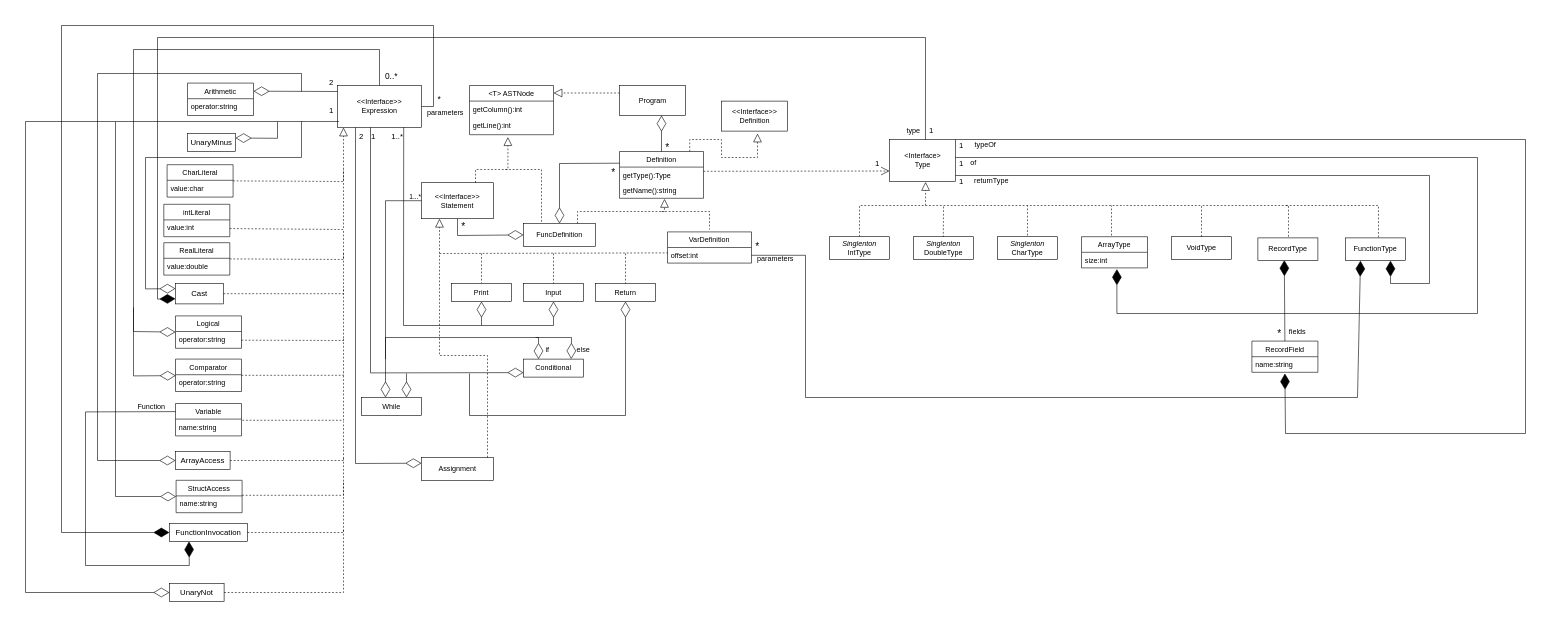
The draw.io diagram Compiler_uo277876/DLP_uo277876.drawio in UO277876/DLP, before the edit. Source tidied: cells renumbered, new cells numbered last; positions are measured from the earlier drawing's top-left corner, leaving out a move shared by most shapes. Both pictures are drawn from the tidied source at 60%, with x=0, y=0 at pixel (25, 25).
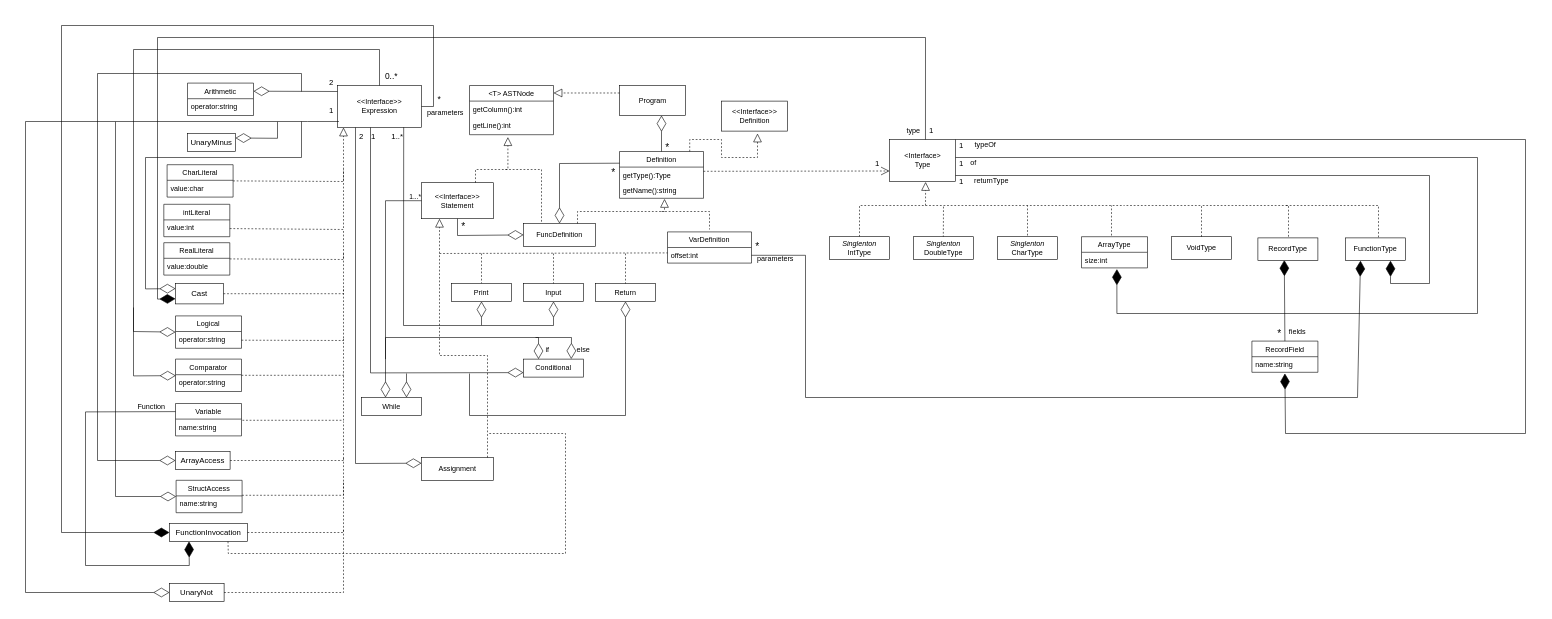
Above is the later version.

Unchanged cells that the change refers to:
```xml
<mxCell id="75" value="FunctionInvocation" style="rounded=0;whiteSpace=wrap;html=1;fontSize=13;" parent="1" vertex="1">
  <mxGeometry x="240" y="830" width="130" height="30" as="geometry" />
</mxCell>
```

What changed in the source:
```diff
@@
+    <mxCell id="141" style="endArrow=none;dashed=1;html=1;rounded=0;exitX=0.75;exitY=1;exitDx=0;exitDy=0;" parent="1" edge="1" source="75">
+      <mxGeometry relative="1" as="geometry">
+        <mxPoint x="770" y="680" as="targetPoint" />
+        <Array as="points">
+          <mxPoint x="338" y="880" />
+          <mxPoint x="900" y="880" />
+          <mxPoint x="900" y="680" />
+        </Array>
+      </mxGeometry>
+    </mxCell>
```
